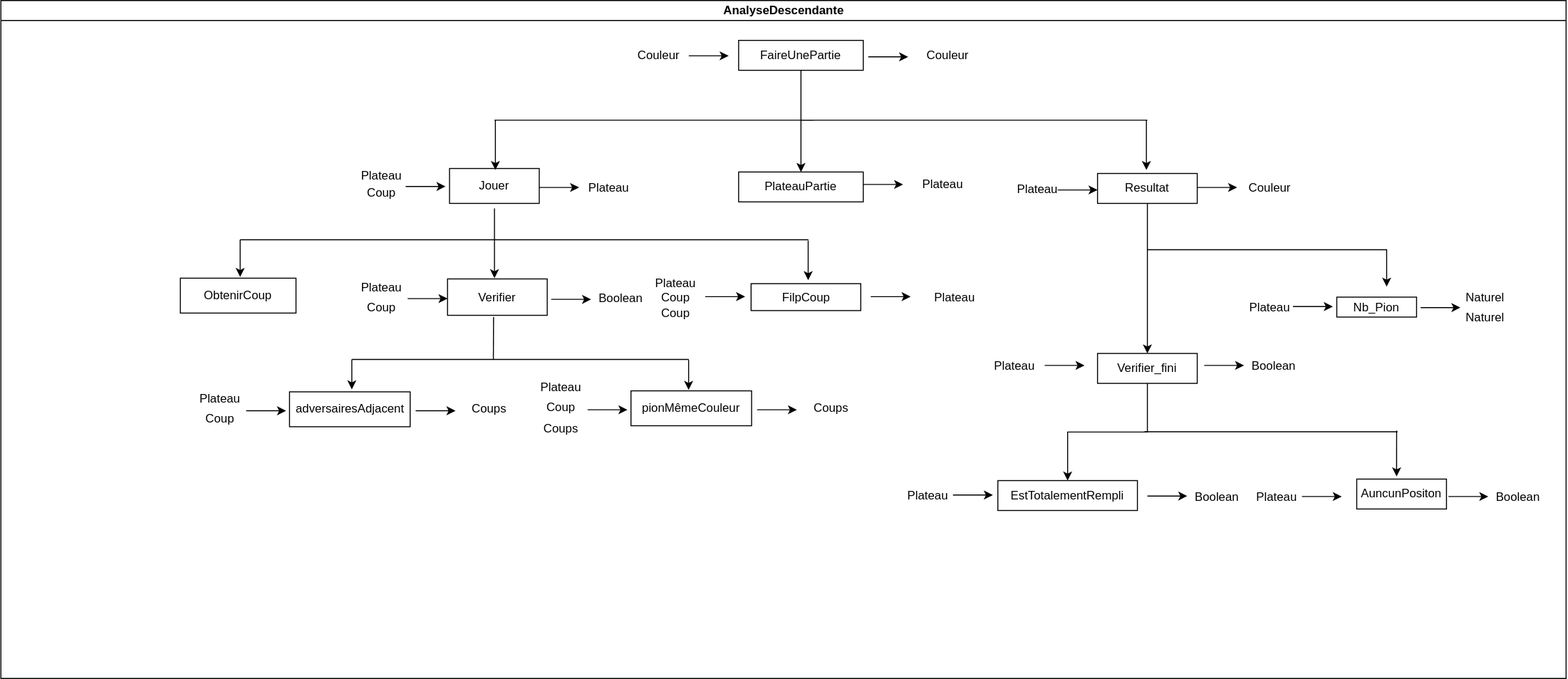
The draw.io diagram rapport/analyse/FaireUnePartie.drawio.svg in Sachawski/othelloiti3, before a commit. Source tidied: cells renumbered, new cells last; positions are measured from the earlier drawing's top-left corner, leaving out a move shared by most shapes.
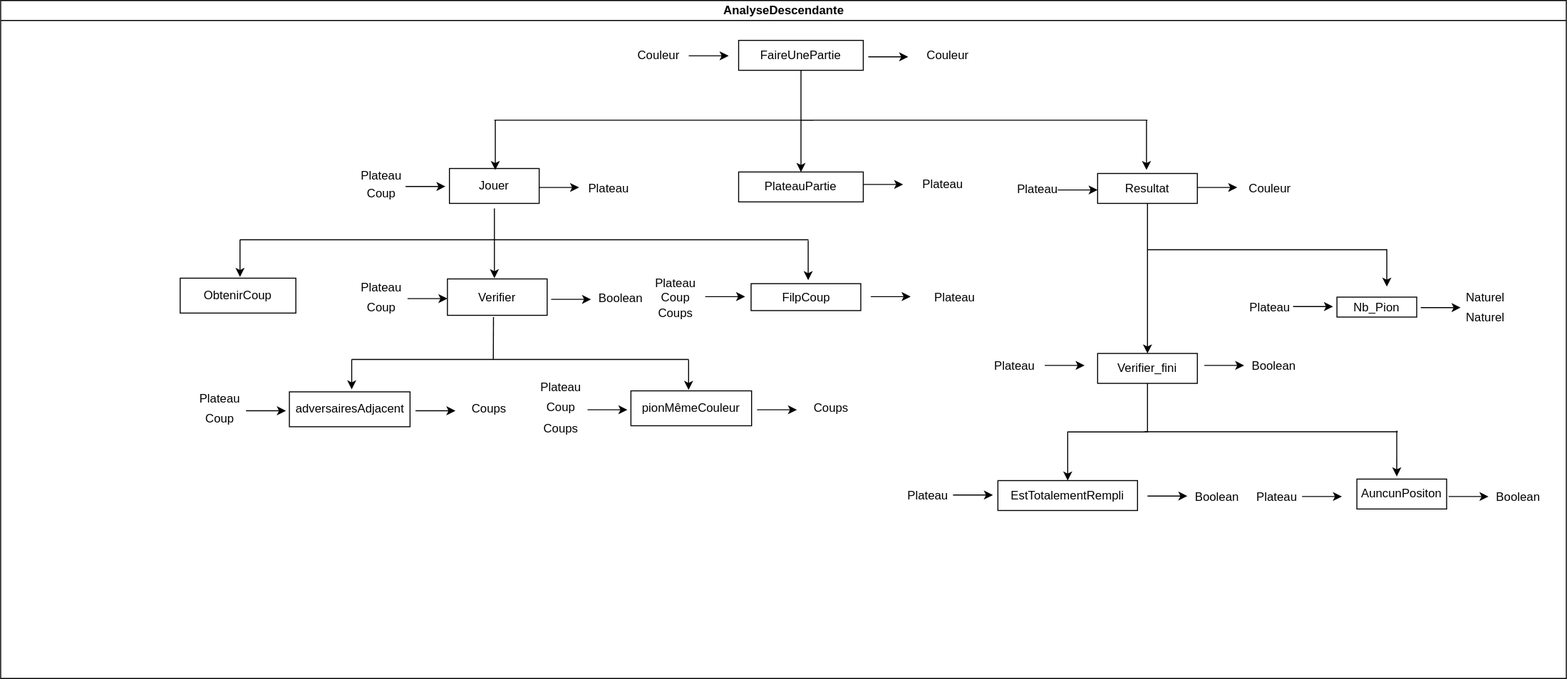
The same diagram one commit later.

What changed in the source:
```diff
@@ -238,7 +238,7 @@
     <mxCell id="56" value="Coup" style="text;html=1;strokeColor=none;fillColor=none;align=center;verticalAlign=middle;whiteSpace=wrap;rounded=0;" parent="2" vertex="1">
       <mxGeometry x="646.5" y="282.5" width="60" height="30" as="geometry" />
     </mxCell>
-    <mxCell id="57" value="Coup" style="text;html=1;strokeColor=none;fillColor=none;align=center;verticalAlign=middle;whiteSpace=wrap;rounded=0;" parent="2" vertex="1">
+    <mxCell id="57" value="Coups" style="text;html=1;strokeColor=none;fillColor=none;align=center;verticalAlign=middle;whiteSpace=wrap;rounded=0;" parent="2" vertex="1">
       <mxGeometry x="646.5" y="298.5" width="60" height="30" as="geometry" />
     </mxCell>
     <mxCell id="58" style="endArrow=classic;html=1;rounded=0;" parent="2" edge="1">
```
